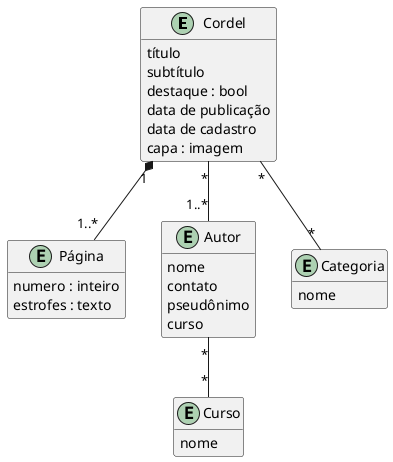
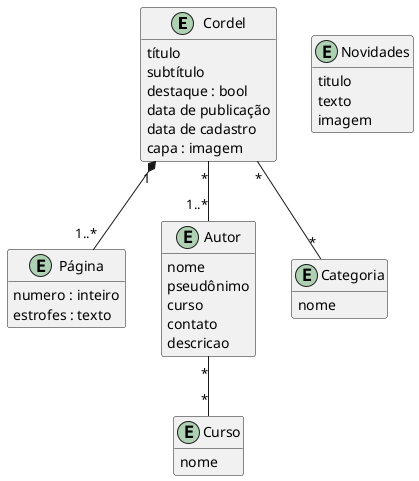
@startuml
hide empty methods
entity Cordel{
  título
  subtítulo
  destaque : bool
  data de publicação
  data de cadastro
  capa : imagem
}
entity Página{
  numero : inteiro
  estrofes : texto
}
entity Curso{
  nome
}
entity Autor{
  nome
-   contato
  pseudônimo
  curso
+   contato
+   descricao
}
entity Categoria{
  nome
+ }
+ entity Novidades {
+   titulo
+   texto
+   imagem
}
Cordel "1" *-- "1..*" Página
Cordel "*" -- "1..*" Autor
Cordel "*" -- "*" Categoria
Autor "*" -- "*" Curso
' visite plantuml.com para gerar o diagrama
- @enduml+ @enduml
